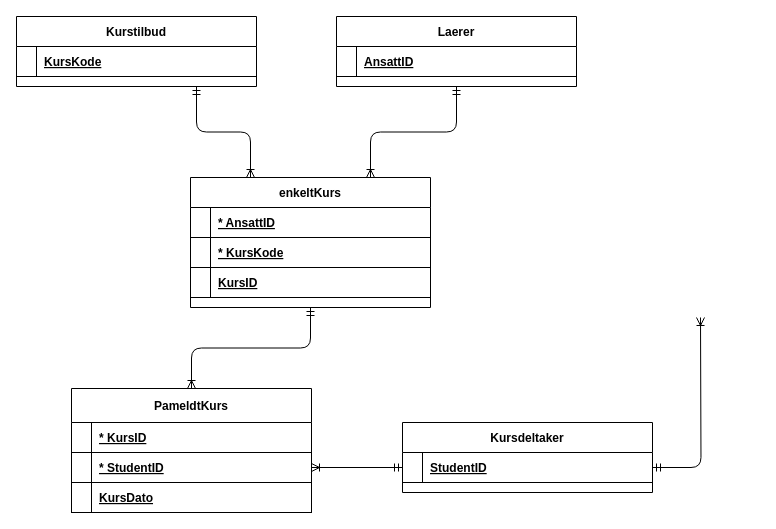
This is page "Page-1" (1 of 2) of ERD_final_dat1000.drawio from groeterud/uni, a draw.io file, before an edit. Source tidied: cells renumbered, new cells numbered last; positions are measured from the earlier drawing's top-left corner, leaving out a move shared by most shapes. Both pictures are drawn from the tidied source at 100%, with x=0, y=0 at pixel (16, 16).
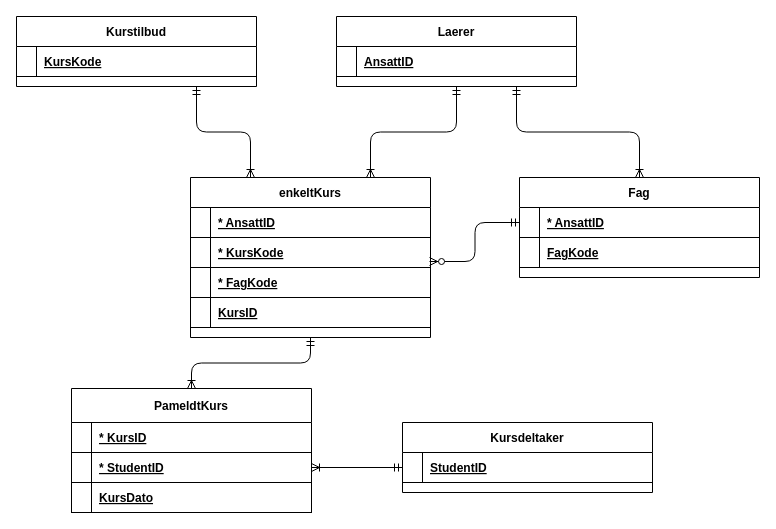
Above is the later version.

The change refers to these unchanged cells:
```xml
<mxCell id="6" value="Laerer" style="shape=table;startSize=30;childLayout=tableLayout;rowLines=0;fontStyle=1;align=center;" parent="1" vertex="1">
  <mxGeometry x="320" width="240" height="70" as="geometry" />
</mxCell>
<mxCell id="11" style="shape=partialRectangle;fillColor=none;points=[[0,0.5],[1,0.5]];portConstraint=eastwest;top=0;left=0;right=0;bottom=1;" parent="10" vertex="1">
  <mxGeometry y="30" width="250" height="30" as="geometry" />
</mxCell>
<mxCell id="28" style="shape=partialRectangle;fillColor=none;points=[[0,0.5],[1,0.5]];portConstraint=eastwest;top=0;left=0;right=0;bottom=1;" parent="24" vertex="1">
  <mxGeometry y="60" width="240" height="30" as="geometry" />
</mxCell>
```

What changed in the source:
```diff
@@
     <mxCell id="24" value="enkeltKurs" style="shape=table;startSize=30;childLayout=tableLayout;rowLines=0;fontStyle=1;align=center;" parent="1" vertex="1">
-      <mxGeometry x="174" y="161" width="240" height="130" as="geometry" />
+      <mxGeometry x="174" y="161" width="240" height="160" as="geometry" />
     </mxCell>
@@
+    <mxCell id="39" style="shape=partialRectangle;fillColor=none;top=0;left=0;right=0;bottom=1;" parent="24" vertex="1">
+      <mxGeometry y="90" width="240" height="30" as="geometry" />
+    </mxCell>
+    <mxCell id="40" style="shape=partialRectangle;overflow=hidden;fillColor=none;top=0;left=0;bottom=0;right=0;fontStyle=1;" parent="39" vertex="1">
+      <mxGeometry width="20" height="30" as="geometry" />
+    </mxCell>
+    <mxCell id="41" value="* FagKode" style="shape=partialRectangle;overflow=hidden;fillColor=none;top=0;left=0;bottom=0;right=0;align=left;spacingLeft=6;fontStyle=5;" parent="39" vertex="1">
+      <mxGeometry x="20" width="220" height="30" as="geometry" />
+    </mxCell>
     <mxCell id="31" style="shape=partialRectangle;fillColor=none;top=0;left=0;bottom=1;right=0;" parent="24" vertex="1">
-      <mxGeometry y="90" width="240" height="30" as="geometry" />
+      <mxGeometry y="120" width="240" height="30" as="geometry" />
     </mxCell>
@@
-    <mxCell id="36" style="edgeStyle=orthogonalEdgeStyle;fontSize=12;html=1;endArrow=ERoneToMany;startArrow=ERmandOne;" parent="1" edge="1" source="11">
-      <mxGeometry relative="1" as="geometry">
-        <mxPoint x="684" y="301" as="targetPoint" />
-      </mxGeometry>
-    </mxCell>
@@
+    <mxCell id="42" value="Fag" style="shape=table;startSize=30;childLayout=tableLayout;rowLines=0;fontStyle=1;align=center;" parent="1" vertex="1">
+      <mxGeometry x="503" y="161" width="240" height="100" as="geometry" />
+    </mxCell>
+    <mxCell id="43" style="shape=partialRectangle;fillColor=none;top=0;left=0;bottom=1;right=0;points=[[0,0.5],[1,0.5]];portConstraint=eastwest;" parent="42" vertex="1">
+      <mxGeometry y="30" width="240" height="30" as="geometry" />
+    </mxCell>
+    <mxCell id="44" style="shape=partialRectangle;fillColor=none;top=0;left=0;bottom=0;right=0;fontStyle=1;overflow=hidden;" parent="43" vertex="1">
+      <mxGeometry width="20" height="30" as="geometry" />
+    </mxCell>
+    <mxCell id="45" value="* AnsattID" style="shape=partialRectangle;fillColor=none;top=0;left=0;bottom=0;right=0;align=left;spacingLeft=6;fontStyle=5;overflow=hidden;" parent="43" vertex="1">
+      <mxGeometry x="20" width="220" height="30" as="geometry" />
+    </mxCell>
+    <mxCell id="46" style="shape=partialRectangle;fillColor=none;top=0;left=0;bottom=1;right=0;" parent="42" vertex="1">
+      <mxGeometry y="60" width="240" height="30" as="geometry" />
+    </mxCell>
+    <mxCell id="47" style="shape=partialRectangle;fillColor=none;top=0;left=0;bottom=0;right=0;fontStyle=1;overflow=hidden;" parent="46" vertex="1">
+      <mxGeometry width="20" height="30" as="geometry" />
+    </mxCell>
+    <mxCell id="48" value="FagKode" style="shape=partialRectangle;fillColor=none;top=0;left=0;bottom=0;right=0;align=left;spacingLeft=6;fontStyle=5;overflow=hidden;" parent="46" vertex="1">
+      <mxGeometry x="20" width="220" height="30" as="geometry" />
+    </mxCell>
+    <mxCell id="49" style="edgeStyle=orthogonalEdgeStyle;fontSize=12;html=1;endArrow=ERoneToMany;startArrow=ERmandOne;exitX=0.75;exitY=1;exitDx=0;exitDy=0;" parent="1" edge="1" source="6" target="42">
+      <mxGeometry relative="1" as="geometry" />
+    </mxCell>
+    <mxCell id="50" style="edgeStyle=orthogonalEdgeStyle;fontSize=12;html=1;endArrow=ERzeroToMany;startArrow=ERmandOne;exitX=0;exitY=0.5;exitDx=0;exitDy=0;entryX=0.996;entryY=0.8;entryDx=0;entryDy=0;entryPerimeter=0;" parent="1" edge="1" source="43" target="28">
+      <mxGeometry relative="1" as="geometry" />
+    </mxCell>
```
